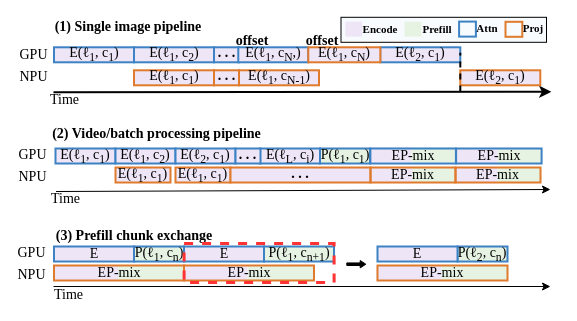
Earlier version of the draw.io diagram figures/design_imgpipe.drawio (icszhr/hermes). Source tidied: cells renumbered, new cells numbered last; positions are measured from the earlier drawing's top-left corner, leaving out a move shared by most shapes. Both pictures are drawn from the tidied source at 100%, with x=0, y=0 at pixel (19, 17).
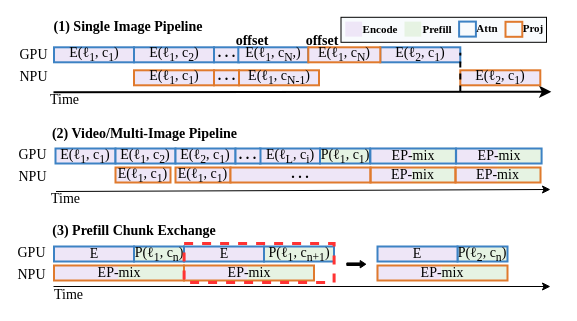
Above is the later version.

The edit, as a diff of the source:
```diff
@@
-    <mxCell id="23" value="&lt;font face=&quot;Times New Roman&quot;&gt;&lt;b&gt;(2) Video/batch processing pipeline&lt;/b&gt;&lt;/font&gt;" style="text;html=1;whiteSpace=wrap;strokeColor=none;fillColor=none;align=center;verticalAlign=middle;rounded=0;fontSize=14;" parent="1" vertex="1">
-      <mxGeometry x="10" y="108" width="254.5" height="16" as="geometry" />
+    <mxCell id="23" value="&lt;font face=&quot;Times New Roman&quot;&gt;&lt;b&gt;(2) Video/Multi-Image Pipeline&lt;/b&gt;&lt;/font&gt;" style="text;html=1;whiteSpace=wrap;strokeColor=none;fillColor=none;align=center;verticalAlign=middle;rounded=0;fontSize=14;" parent="1" vertex="1">
+      <mxGeometry x="10" y="108" width="230.9" height="16" as="geometry" />
     </mxCell>
-    <mxCell id="24" value="&lt;font face=&quot;Times New Roman&quot;&gt;&lt;b&gt;(3) Prefill chunk exchange&lt;/b&gt;&lt;/font&gt;" style="text;html=1;whiteSpace=wrap;strokeColor=none;fillColor=none;align=center;verticalAlign=middle;rounded=0;fontSize=14;" parent="1" vertex="1">
-      <mxGeometry x="26.5" y="210" width="175.5" height="16" as="geometry" />
+    <mxCell id="24" value="&lt;font face=&quot;Times New Roman&quot;&gt;&lt;b&gt;(3) Prefill Chunk Exchange&lt;/b&gt;&lt;/font&gt;" style="text;html=1;whiteSpace=wrap;strokeColor=none;fillColor=none;align=center;verticalAlign=middle;rounded=0;fontSize=14;" parent="1" vertex="1">
+      <mxGeometry x="26.5" y="205" width="175.5" height="16" as="geometry" />
     </mxCell>
@@
-    <mxCell id="31" value="&lt;font face=&quot;Times New Roman&quot;&gt;&lt;b&gt;(1)&amp;nbsp;Single image pipeline&lt;/b&gt;&lt;/font&gt;" style="text;html=1;whiteSpace=wrap;strokeColor=none;fillColor=none;align=center;verticalAlign=middle;rounded=0;fontSize=14;" parent="1" vertex="1">
+    <mxCell id="31" value="&lt;font face=&quot;Times New Roman&quot;&gt;&lt;b&gt;(1)&amp;nbsp;Single Image Pipeline&lt;/b&gt;&lt;/font&gt;" style="text;html=1;whiteSpace=wrap;strokeColor=none;fillColor=none;align=center;verticalAlign=middle;rounded=0;fontSize=14;" parent="1" vertex="1">
       <mxGeometry x="29" y="0.8" width="160" height="16" as="geometry" />
     </mxCell>
```
